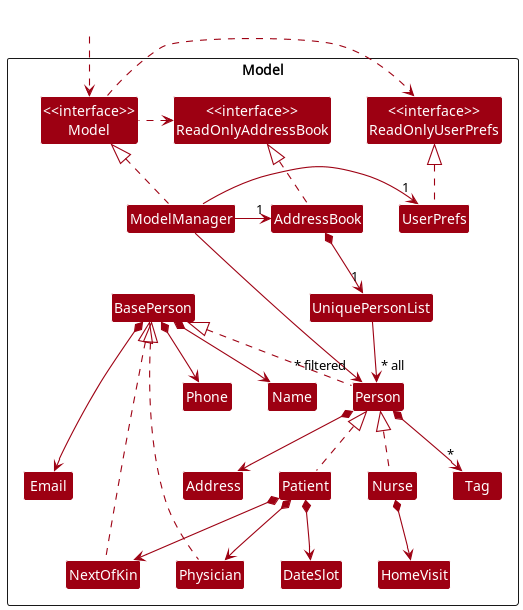
Before: docs/images/ModelClassDiagram.png, a diagram exported from PlantUML (nus-cs2103-AY2223S1/tp).
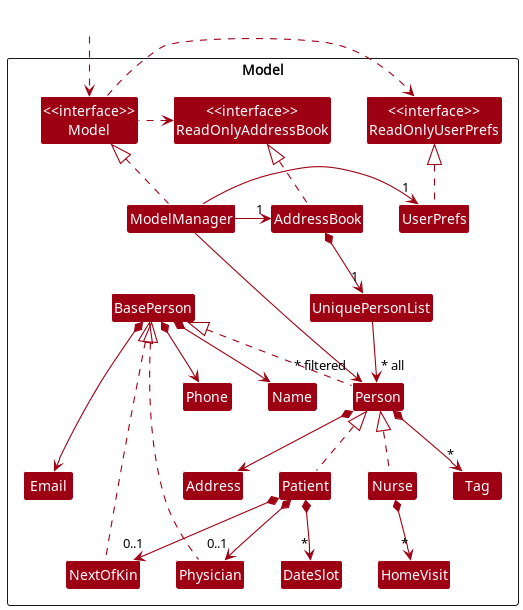
Above is the later version.

Commit message:
Update model class diagram in DG

What changed in the source:
```diff
@@ -54,12 +54,12 @@
 NextOfKin .up.|> BasePerson
 
 Patient .up.|> Person
-Patient *--> DateSlot
-Patient *--> Physician
-Patient *--> NextOfKin
+Patient *--> "*" DateSlot
+Patient *--> "0..1" Physician
+Patient *--> "0..1" NextOfKin
 
 Nurse .up.|> Person
-Nurse *--> HomeVisit
+Nurse *--> "*" HomeVisit
 
 Name -[hidden]right-> Phone
 Phone -[hidden]right-> Address
```
